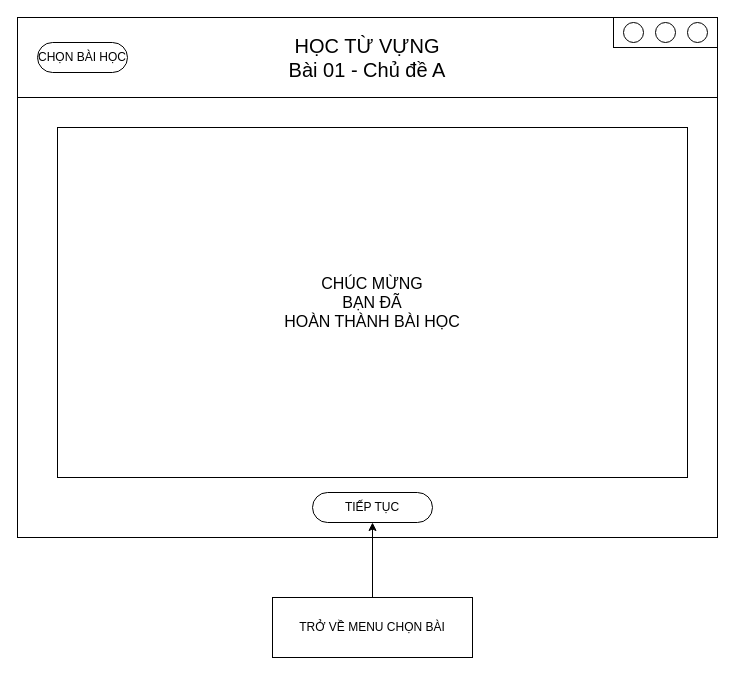
Earlier version of the draw.io diagram page "Học từ vựng (4)" (13 of 17) of GUI.drawio (Tran-Long-Vu/AppVocabFR). Source tidied: cells renumbered, new cells numbered last; positions are measured from the earlier drawing's top-left corner, leaving out a move shared by most shapes. Both pictures are drawn from the tidied source at 100%, with x=0, y=0 at pixel (17, 17).
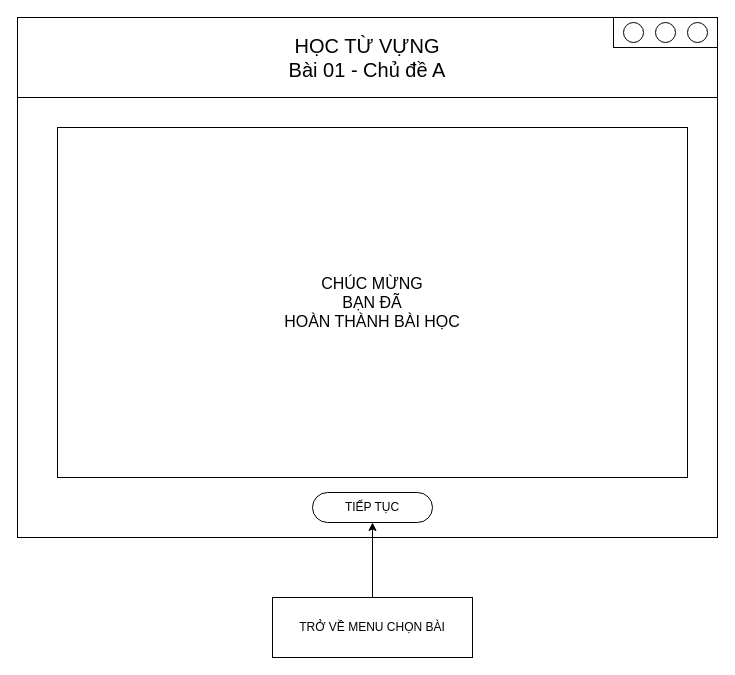
After the change.

Change to the diagram source:
```diff
@@
 <mxGraphModel>
   <root>
     <mxCell id="0" />
     <mxCell id="1" parent="0" />
     <mxCell id="2" style="rounded=0;whiteSpace=wrap;html=1;" parent="1" vertex="1">
       <mxGeometry width="700" height="520" as="geometry" />
     </mxCell>
     <mxCell id="3" value="&lt;font style=&quot;font-size: 20px;&quot;&gt;HỌC TỪ VỰNG&lt;/font&gt;&lt;div&gt;&lt;font style=&quot;font-size: 20px;&quot;&gt;Bài 01 - Chủ đề A&lt;/font&gt;&lt;/div&gt;" style="rounded=0;whiteSpace=wrap;html=1;" parent="1" vertex="1">
       <mxGeometry width="700" height="80" as="geometry" />
     </mxCell>
     <mxCell id="4" value="&lt;div&gt;&lt;font style=&quot;font-size: 16px;&quot;&gt;CHÚC MỪNG&lt;/font&gt;&lt;/div&gt;&lt;div&gt;&lt;font style=&quot;font-size: 16px;&quot;&gt;BẠN ĐÃ&lt;/font&gt;&lt;/div&gt;&lt;font style=&quot;font-size: 16px;&quot;&gt;HOÀN THÀNH BÀI HỌC&lt;/font&gt;" style="rounded=0;whiteSpace=wrap;html=1;" parent="1" vertex="1">
       <mxGeometry x="40" y="110" width="630" height="350" as="geometry" />
     </mxCell>
     <mxCell id="5" style="group;" parent="1" vertex="1">
       <mxGeometry x="596" width="104" height="30" as="geometry" />
     </mxCell>
     <mxCell id="6" style="group;" parent="5" vertex="1">
       <mxGeometry width="104" height="30" as="geometry" />
     </mxCell>
     <mxCell id="7" style="rounded=0;whiteSpace=wrap;html=1;" parent="6" vertex="1">
       <mxGeometry width="104" height="30" as="geometry" />
     </mxCell>
     <mxCell id="8" style="ellipse;whiteSpace=wrap;html=1;" parent="6" vertex="1">
       <mxGeometry x="10" y="5" width="20" height="20" as="geometry" />
     </mxCell>
     <mxCell id="9" style="ellipse;whiteSpace=wrap;html=1;" parent="6" vertex="1">
       <mxGeometry x="42" y="5" width="20" height="20" as="geometry" />
     </mxCell>
     <mxCell id="10" style="ellipse;whiteSpace=wrap;html=1;" parent="6" vertex="1">
       <mxGeometry x="74" y="5" width="20" height="20" as="geometry" />
     </mxCell>
-    <mxCell id="11" value="CHỌN BÀI HỌC" style="rounded=1;whiteSpace=wrap;html=1;arcSize=50;" parent="1" vertex="1">
-      <mxGeometry x="20" y="25" width="90" height="30" as="geometry" />
-    </mxCell>
     <mxCell id="12" value="TIẾP TỤC" style="rounded=1;whiteSpace=wrap;html=1;arcSize=50;" parent="1" vertex="1">
       <mxGeometry x="295" y="475" width="120" height="30" as="geometry" />
     </mxCell>
     <mxCell id="13" style="edgeStyle=orthogonalEdgeStyle;rounded=0;jettySize=auto;html=1;entryX=0.5;entryY=1;entryDx=0;entryDy=0;" parent="1" edge="1" source="14" target="12">
       <mxGeometry relative="1" as="geometry" />
     </mxCell>
     <mxCell id="14" value="TRỞ VỀ MENU CHỌN BÀI" style="rounded=0;whiteSpace=wrap;html=1;" parent="1" vertex="1">
       <mxGeometry x="255" y="580" width="200" height="60" as="geometry" />
     </mxCell>
   </root>
 </mxGraphModel>
```
